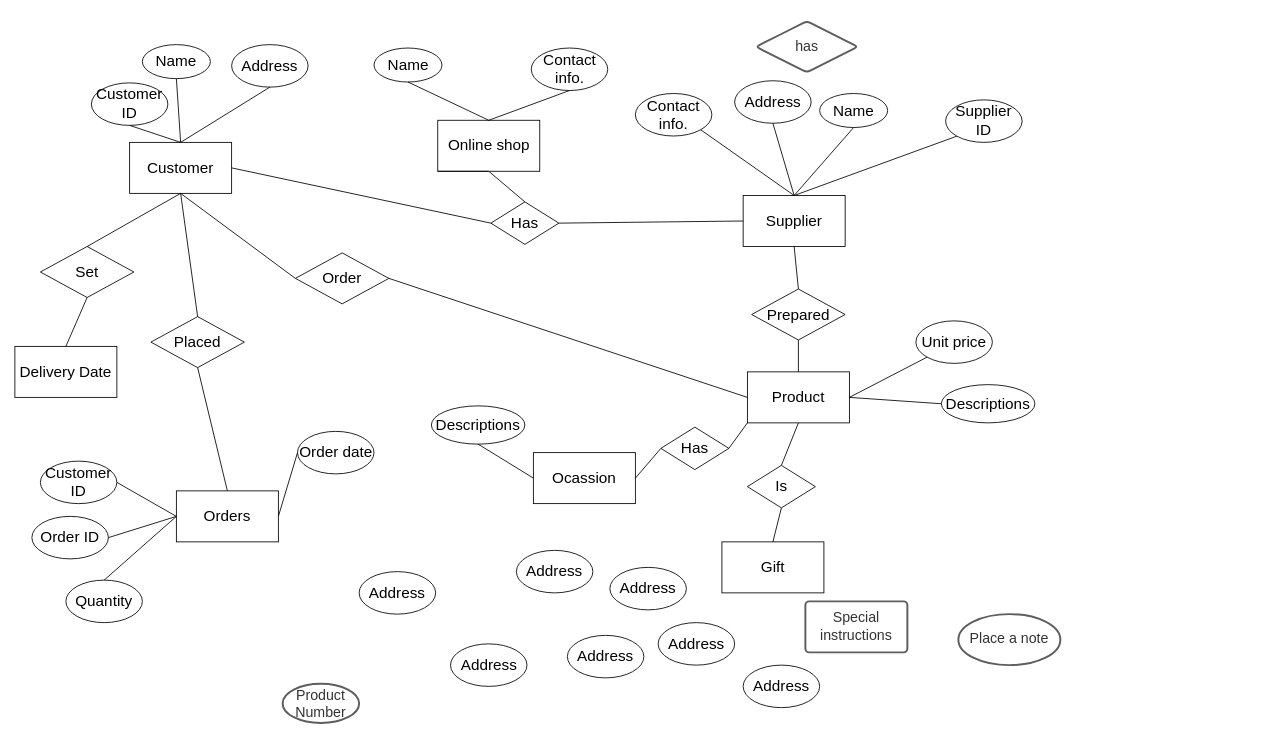
Above: Untitled Diagram.drawio in PeiJunHuang1/Practice (draw.io), before the change. Source tidied: cells renumbered, new cells numbered last; positions are measured from the earlier drawing's top-left corner, leaving out a move shared by most shapes. Both pictures are drawn from the tidied source at 85%, with x=0, y=0 at pixel (14, 21).
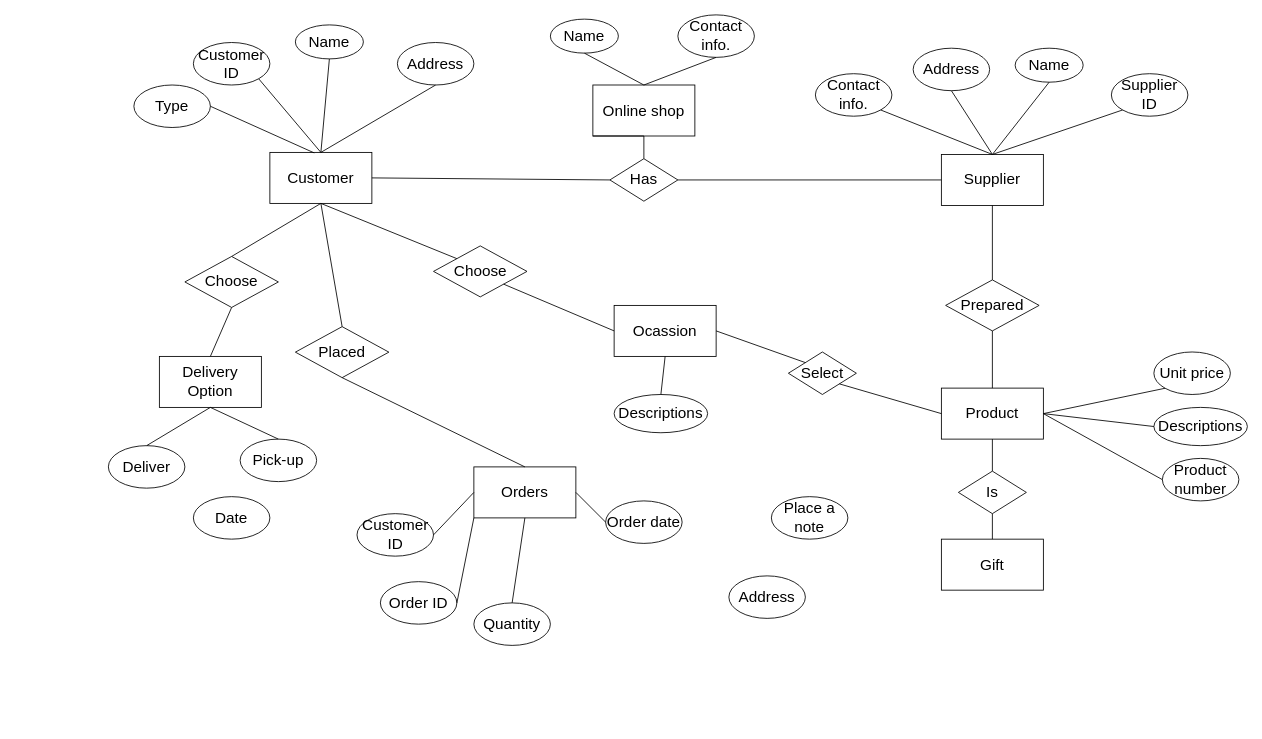
The same page after the edit.

Change to the diagram source:
```diff
@@
-    <mxCell id="2" value="Special instructions" style="html=1;overflow=block;blockSpacing=1;whiteSpace=wrap;whiteSpace=wrap;fontSize=16.7;fontColor=#333333;spacing=9;strokeColor=#5e5e5e;strokeOpacity=100;rounded=1;absoluteArcSize=1;arcSize=9;strokeWidth=2.3;" parent="1" vertex="1">
-      <mxGeometry x="930" y="682" width="120" height="60" as="geometry" />
-    </mxCell>
-    <mxCell id="3" value="Place a note" style="html=1;overflow=block;blockSpacing=1;whiteSpace=wrap;ellipse;whiteSpace=wrap;fontSize=16.7;fontColor=#333333;spacing=3.8;strokeColor=#5e5e5e;strokeOpacity=100;rounded=1;absoluteArcSize=1;arcSize=9;strokeWidth=2.3;" parent="1" vertex="1">
-      <mxGeometry x="1110" y="697" width="120" height="60" as="geometry" />
-    </mxCell>
-    <mxCell id="4" value="Product Number" style="html=1;overflow=block;blockSpacing=1;whiteSpace=wrap;ellipse;whiteSpace=wrap;fontSize=16.7;fontColor=#333333;spacing=3.8;strokeColor=#5e5e5e;strokeOpacity=100;rounded=1;absoluteArcSize=1;arcSize=9;strokeWidth=2.3;" parent="1" vertex="1">
-      <mxGeometry x="315" y="779" width="90" height="46" as="geometry" />
-    </mxCell>
-    <mxCell id="5" value="has" style="html=1;overflow=block;blockSpacing=1;whiteSpace=wrap;rhombus;whiteSpace=wrap;fontSize=16.7;fontColor=#333333;spacing=3.8;strokeColor=#5e5e5e;strokeOpacity=100;rounded=1;absoluteArcSize=1;arcSize=9;strokeWidth=2.3;" parent="1" vertex="1">
-      <mxGeometry x="871.8" y="-0.5" width="120" height="60" as="geometry" />
-    </mxCell>
     <mxCell id="6" value="&lt;span style=&quot;font-size: 18px&quot;&gt;Customer&lt;/span&gt;" style="rounded=0;whiteSpace=wrap;html=1;" parent="1" vertex="1">
-      <mxGeometry x="135" y="142" width="120" height="60" as="geometry" />
+      <mxGeometry x="300" y="153.8" width="120" height="60" as="geometry" />
     </mxCell>
     <mxCell id="7" value="&lt;span style=&quot;font-size: 18px&quot;&gt;Supplier ID&lt;/span&gt;" style="ellipse;whiteSpace=wrap;html=1;" parent="1" vertex="1">
-      <mxGeometry x="1095" y="92" width="90" height="50" as="geometry" />
+      <mxGeometry x="1290" y="61.2" width="90" height="50" as="geometry" />
     </mxCell>
     <mxCell id="8" value="&lt;font style=&quot;font-size: 18px&quot;&gt;Address&lt;/font&gt;" style="ellipse;whiteSpace=wrap;html=1;" parent="1" vertex="1">
-      <mxGeometry x="856.8" y="757" width="90" height="50" as="geometry" />
+      <mxGeometry x="840" y="652" width="90" height="50" as="geometry" />
     </mxCell>
-    <mxCell id="9" value="&lt;font style=&quot;font-size: 18px&quot;&gt;Address&lt;/font&gt;" style="ellipse;whiteSpace=wrap;html=1;" parent="1" vertex="1">
-      <mxGeometry x="756.8" y="707" width="90" height="50" as="geometry" />
+    <mxCell id="9" value="&lt;font style=&quot;font-size: 18px&quot;&gt;Place a note&lt;br&gt;&lt;/font&gt;" style="ellipse;whiteSpace=wrap;html=1;" parent="1" vertex="1">
+      <mxGeometry x="890" y="558.8" width="90" height="50" as="geometry" />
     </mxCell>
-    <mxCell id="10" value="&lt;font style=&quot;font-size: 18px&quot;&gt;Address&lt;/font&gt;" style="ellipse;whiteSpace=wrap;html=1;" parent="1" vertex="1">
-      <mxGeometry x="590" y="622" width="90" height="50" as="geometry" />
+    <mxCell id="10" value="&lt;font style=&quot;font-size: 18px&quot;&gt;Pick-up&lt;/font&gt;" style="ellipse;whiteSpace=wrap;html=1;" parent="1" vertex="1">
+      <mxGeometry x="265" y="491.1" width="90" height="50" as="geometry" />
     </mxCell>
-    <mxCell id="11" value="&lt;font style=&quot;font-size: 18px&quot;&gt;Address&lt;/font&gt;" style="ellipse;whiteSpace=wrap;html=1;" parent="1" vertex="1">
-      <mxGeometry x="650" y="722" width="90" height="50" as="geometry" />
+    <mxCell id="11" value="&lt;font style=&quot;font-size: 18px&quot;&gt;Date&lt;br&gt;&lt;/font&gt;" style="ellipse;whiteSpace=wrap;html=1;" parent="1" vertex="1">
+      <mxGeometry x="210" y="558.8" width="90" height="50" as="geometry" />
     </mxCell>
-    <mxCell id="12" value="&lt;font style=&quot;font-size: 18px&quot;&gt;Address&lt;/font&gt;" style="ellipse;whiteSpace=wrap;html=1;" parent="1" vertex="1">
-      <mxGeometry x="700" y="642" width="90" height="50" as="geometry" />
+    <mxCell id="12" value="&lt;font style=&quot;font-size: 18px&quot;&gt;Deliver&lt;/font&gt;" style="ellipse;whiteSpace=wrap;html=1;" parent="1" vertex="1">
+      <mxGeometry x="110" y="498.8" width="90" height="50" as="geometry" />
     </mxCell>
     <mxCell id="13" value="&lt;font style=&quot;font-size: 18px&quot;&gt;Descriptions&lt;/font&gt;" style="ellipse;whiteSpace=wrap;html=1;" parent="1" vertex="1">
-      <mxGeometry x="1090" y="427" width="110" height="45" as="geometry" />
+      <mxGeometry x="1340" y="453.8" width="110" height="45" as="geometry" />
     </mxCell>
     <mxCell id="14" value="&lt;span style=&quot;font-size: 18px&quot;&gt;Unit price&lt;br&gt;&lt;/span&gt;" style="ellipse;whiteSpace=wrap;html=1;" parent="1" vertex="1">
-      <mxGeometry x="1060" y="352" width="90" height="50" as="geometry" />
+      <mxGeometry x="1340" y="388.6" width="90" height="50" as="geometry" />
     </mxCell>
-    <mxCell id="15" value="&lt;font style=&quot;font-size: 18px&quot;&gt;Address&lt;/font&gt;" style="ellipse;whiteSpace=wrap;html=1;" parent="1" vertex="1">
-      <mxGeometry x="405" y="647" width="90" height="50" as="geometry" />
+    <mxCell id="15" value="&lt;font style=&quot;font-size: 18px&quot;&gt;Type&lt;/font&gt;" style="ellipse;whiteSpace=wrap;html=1;" parent="1" vertex="1">
+      <mxGeometry x="140" y="74.5" width="90" height="50" as="geometry" />
     </mxCell>
     <mxCell id="16" value="&lt;font style=&quot;font-size: 18px&quot;&gt;Order ID&lt;br&gt;&lt;/font&gt;" style="ellipse;whiteSpace=wrap;html=1;" parent="1" vertex="1">
-      <mxGeometry x="20" y="582" width="90" height="50" as="geometry" />
+      <mxGeometry x="430" y="658.8" width="90" height="50" as="geometry" />
     </mxCell>
     <mxCell id="17" value="&lt;font style=&quot;font-size: 18px&quot;&gt;Order date&lt;br&gt;&lt;/font&gt;" style="ellipse;whiteSpace=wrap;html=1;" parent="1" vertex="1">
-      <mxGeometry x="332.5" y="482" width="90" height="50" as="geometry" />
+      <mxGeometry x="695" y="563.8" width="90" height="50" as="geometry" />
     </mxCell>
     <mxCell id="18" value="&lt;span style=&quot;font-size: 18px&quot;&gt;Quantity&lt;br&gt;&lt;/span&gt;" style="ellipse;whiteSpace=wrap;html=1;" parent="1" vertex="1">
-      <mxGeometry x="60" y="657" width="90" height="50" as="geometry" />
+      <mxGeometry x="540" y="683.8" width="90" height="50" as="geometry" />
     </mxCell>
     <mxCell id="19" value="&lt;font style=&quot;font-size: 18px&quot;&gt;Address&lt;/font&gt;" style="ellipse;whiteSpace=wrap;html=1;" parent="1" vertex="1">
-      <mxGeometry x="846.8" y="69.5" width="90" height="50" as="geometry" />
+      <mxGeometry x="1056.8" y="31.2" width="90" height="50" as="geometry" />
     </mxCell>
     <mxCell id="20" value="&lt;font style=&quot;font-size: 18px&quot;&gt;Customer ID&lt;/font&gt;" style="ellipse;whiteSpace=wrap;html=1;" parent="1" vertex="1">
-      <mxGeometry x="90" y="72" width="90" height="50" as="geometry" />
+      <mxGeometry x="210" y="24.5" width="90" height="50" as="geometry" />
     </mxCell>
-    <mxCell id="21" value="&lt;font style=&quot;font-size: 18px&quot;&gt;Address&lt;/font&gt;" style="ellipse;whiteSpace=wrap;html=1;" parent="1" vertex="1">
-      <mxGeometry x="512.5" y="732" width="90" height="50" as="geometry" />
+    <mxCell id="21" value="&lt;font style=&quot;font-size: 18px&quot;&gt;Product number&lt;/font&gt;" style="ellipse;whiteSpace=wrap;html=1;" parent="1" vertex="1">
+      <mxGeometry x="1350" y="513.8" width="90" height="50" as="geometry" />
     </mxCell>
     <mxCell id="22" value="&lt;font style=&quot;font-size: 18px&quot;&gt;Name&lt;/font&gt;" style="ellipse;whiteSpace=wrap;html=1;" parent="1" vertex="1">
-      <mxGeometry x="150" y="27" width="80" height="40" as="geometry" />
+      <mxGeometry x="330" y="3.8" width="80" height="40" as="geometry" />
     </mxCell>
     <mxCell id="23" value="&lt;font style=&quot;font-size: 18px&quot;&gt;Address&lt;/font&gt;" style="ellipse;whiteSpace=wrap;html=1;" parent="1" vertex="1">
-      <mxGeometry x="255" y="27" width="90" height="50" as="geometry" />
+      <mxGeometry x="450" y="24.5" width="90" height="50" as="geometry" />
     </mxCell>
@@
-    <mxCell id="27" style="endArrow=none;html=1;exitX=0.5;exitY=1;exitDx=0;exitDy=0;entryX=0.5;entryY=0;entryDx=0;entryDy=0;" parent="1" edge="1" source="20" target="6">
+    <mxCell id="27" style="endArrow=none;html=1;exitX=1;exitY=1;exitDx=0;exitDy=0;entryX=0.5;entryY=0;entryDx=0;entryDy=0;" parent="1" edge="1" source="20" target="6">
       <mxGeometry relative="1" as="geometry" />
     </mxCell>
@@
     <mxCell id="29" value="&lt;font style=&quot;font-size: 18px&quot;&gt;Has&lt;/font&gt;" style="rhombus;whiteSpace=wrap;html=1;" parent="1" vertex="1">
-      <mxGeometry x="560" y="212" width="80" height="50" as="geometry" />
+      <mxGeometry x="700" y="161.2" width="80" height="50" as="geometry" />
     </mxCell>
     <mxCell id="30" value="&lt;span style=&quot;font-size: 18px&quot;&gt;Online shop&lt;br&gt;&lt;/span&gt;" style="rounded=0;whiteSpace=wrap;html=1;" parent="1" vertex="1">
-      <mxGeometry x="497.5" y="116" width="120" height="60" as="geometry" />
+      <mxGeometry x="680" y="74.5" width="120" height="60" as="geometry" />
     </mxCell>
     <mxCell id="31" value="&lt;font style=&quot;font-size: 18px&quot;&gt;Name&lt;/font&gt;" style="ellipse;whiteSpace=wrap;html=1;" parent="1" vertex="1">
-      <mxGeometry x="422.5" y="31" width="80" height="40" as="geometry" />
+      <mxGeometry x="630" y="-3" width="80" height="40" as="geometry" />
     </mxCell>
@@
     <mxCell id="33" value="&lt;font style=&quot;font-size: 18px&quot;&gt;Contact info.&lt;/font&gt;" style="ellipse;whiteSpace=wrap;html=1;" parent="1" vertex="1">
-      <mxGeometry x="607.5" y="31" width="90" height="50" as="geometry" />
+      <mxGeometry x="780" y="-8" width="90" height="50" as="geometry" />
     </mxCell>
@@
     <mxCell id="36" value="&lt;span style=&quot;font-size: 18px&quot;&gt;Supplier&lt;br&gt;&lt;/span&gt;" style="rounded=0;whiteSpace=wrap;html=1;" parent="1" vertex="1">
-      <mxGeometry x="856.8" y="204.5" width="120" height="60" as="geometry" />
+      <mxGeometry x="1090" y="156.2" width="120" height="60" as="geometry" />
     </mxCell>
@@
     <mxCell id="38" value="&lt;font style=&quot;font-size: 18px&quot;&gt;Contact info.&lt;/font&gt;" style="ellipse;whiteSpace=wrap;html=1;" parent="1" vertex="1">
-      <mxGeometry x="730" y="84.5" width="90" height="50" as="geometry" />
+      <mxGeometry x="941.8" y="61.2" width="90" height="50" as="geometry" />
     </mxCell>
@@
     <mxCell id="41" value="&lt;font style=&quot;font-size: 18px&quot;&gt;Name&lt;/font&gt;" style="ellipse;whiteSpace=wrap;html=1;" parent="1" vertex="1">
-      <mxGeometry x="946.8" y="84.5" width="80" height="40" as="geometry" />
+      <mxGeometry x="1176.8" y="31.2" width="80" height="40" as="geometry" />
     </mxCell>
@@
     <mxCell id="44" value="&lt;font style=&quot;font-size: 18px&quot;&gt;Prepared&lt;/font&gt;" style="rhombus;whiteSpace=wrap;html=1;" parent="1" vertex="1">
-      <mxGeometry x="866.8" y="314.5" width="110" height="60" as="geometry" />
+      <mxGeometry x="1095" y="303.8" width="110" height="60" as="geometry" />
     </mxCell>
@@
     <mxCell id="46" value="&lt;span style=&quot;font-size: 18px&quot;&gt;Ocassion&lt;br&gt;&lt;/span&gt;" style="rounded=0;whiteSpace=wrap;html=1;" parent="1" vertex="1">
-      <mxGeometry x="610" y="507" width="120" height="60" as="geometry" />
+      <mxGeometry x="705" y="333.8" width="120" height="60" as="geometry" />
     </mxCell>
-    <mxCell id="47" value="&lt;font style=&quot;font-size: 18px&quot;&gt;Has&lt;/font&gt;" style="rhombus;whiteSpace=wrap;html=1;" parent="1" vertex="1">
-      <mxGeometry x="760" y="477" width="80" height="50" as="geometry" />
+    <mxCell id="47" value="&lt;span style=&quot;font-size: 18px&quot;&gt;Select&lt;/span&gt;" style="rhombus;whiteSpace=wrap;html=1;" parent="1" vertex="1">
+      <mxGeometry x="910" y="388.6" width="80" height="50" as="geometry" />
     </mxCell>
     <mxCell id="48" value="&lt;font style=&quot;font-size: 18px&quot;&gt;Is&lt;/font&gt;" style="rhombus;whiteSpace=wrap;html=1;" parent="1" vertex="1">
-      <mxGeometry x="861.8" y="522" width="80" height="50" as="geometry" />
+      <mxGeometry x="1110" y="528.8" width="80" height="50" as="geometry" />
     </mxCell>
     <mxCell id="49" value="&lt;span style=&quot;font-size: 18px&quot;&gt;Product&lt;br&gt;&lt;/span&gt;" style="rounded=0;whiteSpace=wrap;html=1;" parent="1" vertex="1">
-      <mxGeometry x="861.8" y="412" width="120" height="60" as="geometry" />
+      <mxGeometry x="1090" y="431.1" width="120" height="60" as="geometry" />
     </mxCell>
-    <mxCell id="50" style="endArrow=none;html=1;exitX=1;exitY=0.5;exitDx=0;exitDy=0;entryX=0;entryY=0.5;entryDx=0;entryDy=0;" parent="1" edge="1" source="46" target="47">
+    <mxCell id="50" style="endArrow=none;html=1;exitX=1;exitY=0.5;exitDx=0;exitDy=0;entryX=0;entryY=0;entryDx=0;entryDy=0;" parent="1" edge="1" source="46" target="47">
       <mxGeometry relative="1" as="geometry" />
     </mxCell>
-    <mxCell id="51" style="endArrow=none;html=1;exitX=1;exitY=0.5;exitDx=0;exitDy=0;entryX=0;entryY=1;entryDx=0;entryDy=0;" parent="1" edge="1" source="47" target="49">
+    <mxCell id="51" style="endArrow=none;html=1;exitX=1;exitY=1;exitDx=0;exitDy=0;entryX=0;entryY=0.5;entryDx=0;entryDy=0;" parent="1" edge="1" source="47" target="49">
       <mxGeometry relative="1" as="geometry" />
     </mxCell>
-    <mxCell id="52" value="&lt;span style=&quot;font-size: 18px&quot;&gt;Order&lt;/span&gt;" style="rhombus;whiteSpace=wrap;html=1;" parent="1" vertex="1">
-      <mxGeometry x="330" y="272" width="110" height="60" as="geometry" />
+    <mxCell id="52" value="&lt;span style=&quot;font-size: 18px&quot;&gt;Choose&lt;/span&gt;" style="rhombus;whiteSpace=wrap;html=1;" parent="1" vertex="1">
+      <mxGeometry x="492.5" y="263.8" width="110" height="60" as="geometry" />
     </mxCell>
-    <mxCell id="53" style="endArrow=none;html=1;exitX=0.5;exitY=1;exitDx=0;exitDy=0;entryX=0;entryY=0.5;entryDx=0;entryDy=0;" parent="1" edge="1" source="6" target="52">
+    <mxCell id="53" style="endArrow=none;html=1;exitX=0.5;exitY=1;exitDx=0;exitDy=0;entryX=0;entryY=0;entryDx=0;entryDy=0;" parent="1" edge="1" source="6" target="52">
       <mxGeometry relative="1" as="geometry" />
     </mxCell>
-    <mxCell id="54" style="endArrow=none;html=1;exitX=1;exitY=0.5;exitDx=0;exitDy=0;entryX=0;entryY=0.5;entryDx=0;entryDy=0;" parent="1" edge="1" source="52" target="49">
+    <mxCell id="54" style="endArrow=none;html=1;exitX=1;exitY=1;exitDx=0;exitDy=0;entryX=0;entryY=0.5;entryDx=0;entryDy=0;" parent="1" edge="1" source="52" target="46">
       <mxGeometry relative="1" as="geometry" />
     </mxCell>
@@
-    <mxCell id="56" style="endArrow=none;html=1;entryX=0;entryY=0.5;entryDx=0;entryDy=0;exitX=1;exitY=0.5;exitDx=0;exitDy=0;" parent="1" edge="1" source="49" target="13">
+    <mxCell id="56" style="endArrow=none;html=1;exitX=1;exitY=0.5;exitDx=0;exitDy=0;entryX=0;entryY=0.5;entryDx=0;entryDy=0;" parent="1" edge="1" source="49" target="13">
       <mxGeometry relative="1" as="geometry" />
     </mxCell>
@@
     <mxCell id="58" value="&lt;font style=&quot;font-size: 18px&quot;&gt;Placed&lt;/font&gt;" style="rhombus;whiteSpace=wrap;html=1;" parent="1" vertex="1">
-      <mxGeometry x="160" y="347" width="110" height="60" as="geometry" />
+      <mxGeometry x="330" y="358.8" width="110" height="60" as="geometry" />
     </mxCell>
@@
     <mxCell id="60" value="&lt;span style=&quot;font-size: 18px&quot;&gt;Orders&lt;br&gt;&lt;/span&gt;" style="rounded=0;whiteSpace=wrap;html=1;" parent="1" vertex="1">
-      <mxGeometry x="190" y="552" width="120" height="60" as="geometry" />
+      <mxGeometry x="540" y="523.8" width="120" height="60" as="geometry" />
     </mxCell>
@@
     <mxCell id="62" value="&lt;font style=&quot;font-size: 18px&quot;&gt;Customer ID&lt;/font&gt;" style="ellipse;whiteSpace=wrap;html=1;" parent="1" vertex="1">
-      <mxGeometry x="30" y="517" width="90" height="50" as="geometry" />
+      <mxGeometry x="402.5" y="578.8" width="90" height="50" as="geometry" />
     </mxCell>
@@
-    <mxCell id="64" style="endArrow=none;html=1;exitX=1;exitY=0.5;exitDx=0;exitDy=0;entryX=0;entryY=0.5;entryDx=0;entryDy=0;" parent="1" edge="1" source="16" target="60">
+    <mxCell id="64" style="endArrow=none;html=1;exitX=1;exitY=0.5;exitDx=0;exitDy=0;entryX=0;entryY=1;entryDx=0;entryDy=0;" parent="1" edge="1" source="16" target="60">
       <mxGeometry relative="1" as="geometry" />
     </mxCell>
@@
     <mxCell id="66" value="&lt;span style=&quot;font-size: 18px&quot;&gt;Gift&lt;br&gt;&lt;/span&gt;" style="rounded=0;whiteSpace=wrap;html=1;" parent="1" vertex="1">
-      <mxGeometry x="831.8" y="612" width="120" height="60" as="geometry" />
+      <mxGeometry x="1090" y="608.8" width="120" height="60" as="geometry" />
     </mxCell>
@@
     <mxCell id="69" value="&lt;font style=&quot;font-size: 18px&quot;&gt;Descriptions&lt;/font&gt;" style="ellipse;whiteSpace=wrap;html=1;" parent="1" vertex="1">
-      <mxGeometry x="490" y="452" width="110" height="45" as="geometry" />
+      <mxGeometry x="705" y="438.6" width="110" height="45" as="geometry" />
     </mxCell>
-    <mxCell id="70" style="endArrow=none;html=1;entryX=0;entryY=0.5;entryDx=0;entryDy=0;exitX=0.5;exitY=1;exitDx=0;exitDy=0;" parent="1" edge="1" source="69" target="46">
+    <mxCell id="70" style="endArrow=none;html=1;entryX=0.5;entryY=1;entryDx=0;entryDy=0;exitX=0.5;exitY=0;exitDx=0;exitDy=0;" parent="1" edge="1" source="69" target="46">
       <mxGeometry relative="1" as="geometry" />
     </mxCell>
-    <mxCell id="71" style="endArrow=none;html=1;exitX=0.5;exitY=0;exitDx=0;exitDy=0;entryX=0;entryY=0.5;entryDx=0;entryDy=0;" parent="1" edge="1" source="18" target="60">
+    <mxCell id="71" style="endArrow=none;html=1;exitX=0.5;exitY=0;exitDx=0;exitDy=0;entryX=0.5;entryY=1;entryDx=0;entryDy=0;" parent="1" edge="1" source="18" target="60">
       <mxGeometry relative="1" as="geometry" />
     </mxCell>
-    <mxCell id="72" value="&lt;span style=&quot;font-size: 18px&quot;&gt;Set&lt;/span&gt;" style="rhombus;whiteSpace=wrap;html=1;" parent="1" vertex="1">
-      <mxGeometry x="30" y="264.5" width="110" height="60" as="geometry" />
+    <mxCell id="72" value="&lt;span style=&quot;font-size: 18px&quot;&gt;Choose&lt;/span&gt;" style="rhombus;whiteSpace=wrap;html=1;" parent="1" vertex="1">
+      <mxGeometry x="200" y="276.2" width="110" height="60" as="geometry" />
     </mxCell>
@@
-    <mxCell id="74" value="&lt;span style=&quot;font-size: 18px&quot;&gt;Delivery Date&lt;br&gt;&lt;/span&gt;" style="rounded=0;whiteSpace=wrap;html=1;" parent="1" vertex="1">
-      <mxGeometry y="382" width="120" height="60" as="geometry" />
+    <mxCell id="74" value="&lt;span style=&quot;font-size: 18px&quot;&gt;Delivery Option&lt;br&gt;&lt;/span&gt;" style="rounded=0;whiteSpace=wrap;html=1;" parent="1" vertex="1">
+      <mxGeometry x="170" y="393.8" width="120" height="60" as="geometry" />
     </mxCell>
@@
+    <mxCell id="76" style="endArrow=none;html=1;exitX=0.5;exitY=1;exitDx=0;exitDy=0;entryX=0.5;entryY=0;entryDx=0;entryDy=0;" parent="1" edge="1" source="74" target="12">
+      <mxGeometry relative="1" as="geometry" />
+    </mxCell>
+    <mxCell id="77" style="endArrow=none;html=1;exitX=0.5;exitY=0;exitDx=0;exitDy=0;entryX=0.5;entryY=1;entryDx=0;entryDy=0;" parent="1" edge="1" source="10" target="74">
+      <mxGeometry relative="1" as="geometry" />
+    </mxCell>
+    <mxCell id="78" style="endArrow=none;html=1;exitX=1;exitY=0.5;exitDx=0;exitDy=0;entryX=0;entryY=0.5;entryDx=0;entryDy=0;" parent="1" edge="1" source="49" target="21">
+      <mxGeometry relative="1" as="geometry" />
+    </mxCell>
+    <mxCell id="79" style="endArrow=none;html=1;exitX=1;exitY=0.5;exitDx=0;exitDy=0;entryX=0.435;entryY=0.01;entryDx=0;entryDy=0;entryPerimeter=0;" parent="1" edge="1" source="15" target="6">
+      <mxGeometry relative="1" as="geometry" />
+    </mxCell>
```
